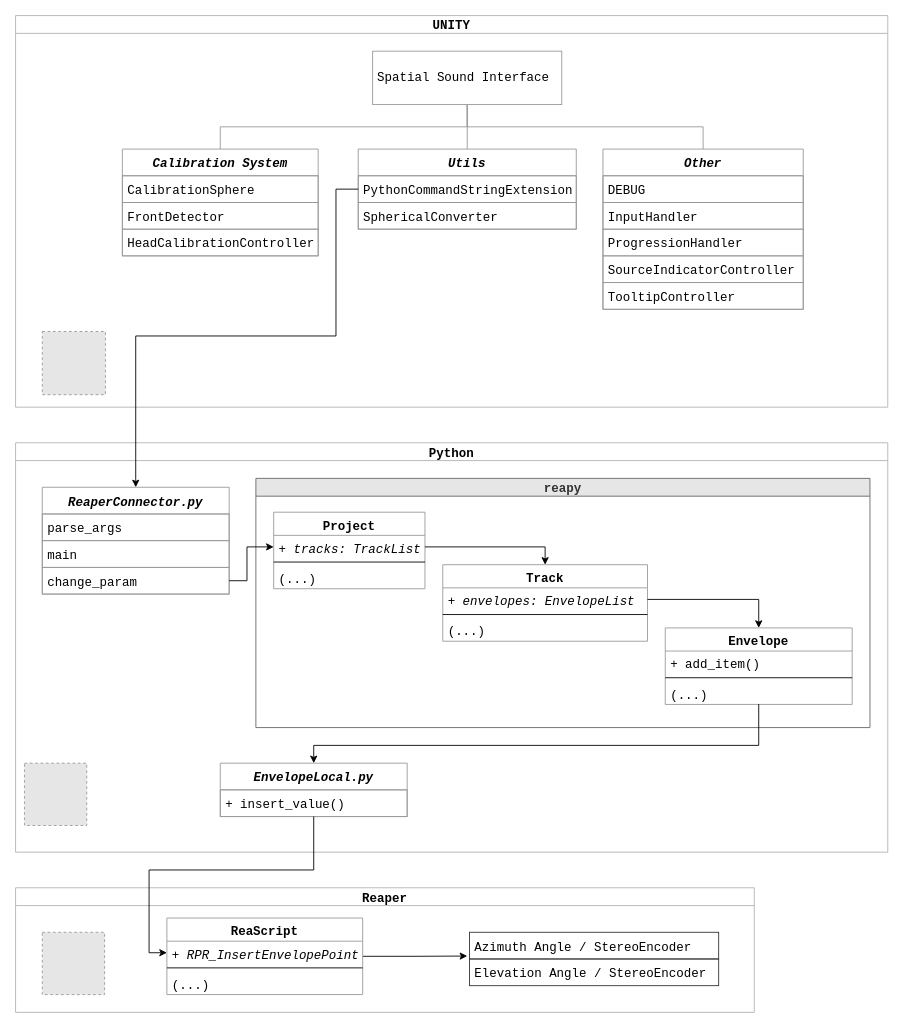
This is Graphs/ReaperPython.drawio from odwrocsie/magisterka, a draw.io file, before an edit. Source tidied: cells renumbered, new cells numbered last; positions are measured from the earlier drawing's top-left corner, leaving out a move shared by most shapes. Both pictures are drawn from the tidied source at 89%, with x=0, y=0 at pixel (15, 15). Pictures stored in the file or linked from it are replaced by grey dashed boxes.
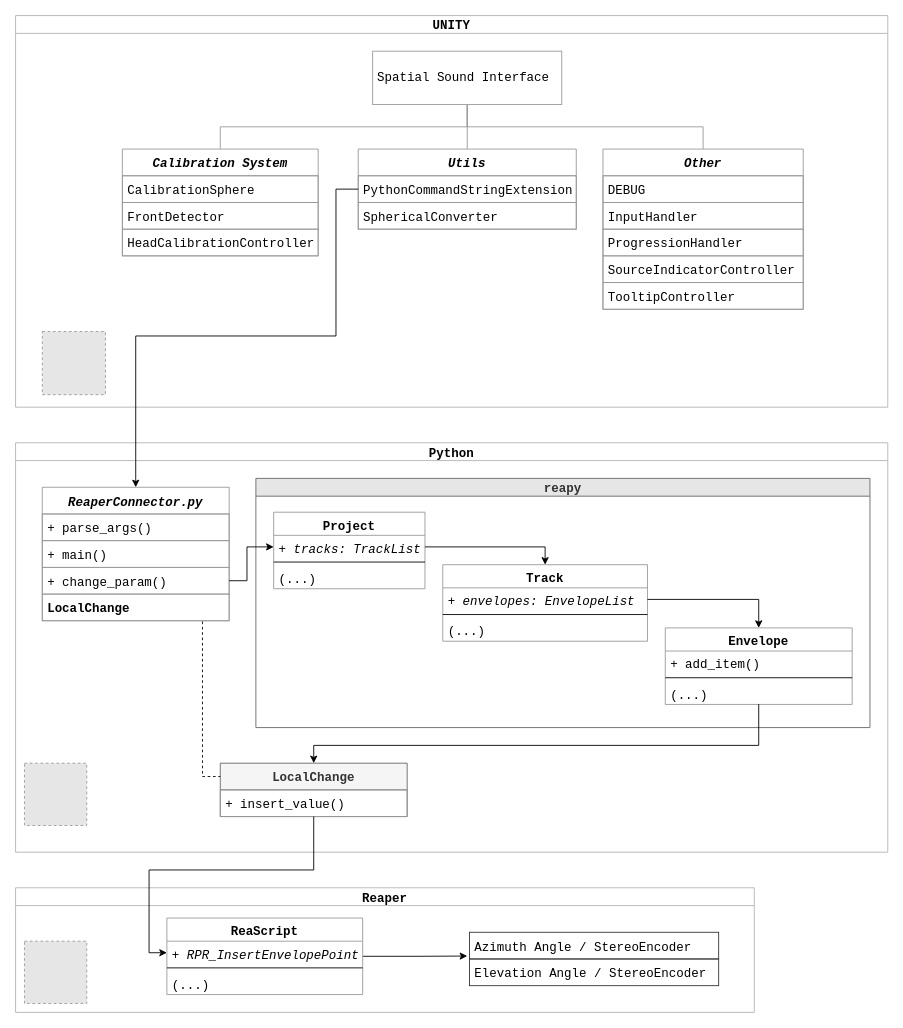
The same diagram, later.

The change refers to these unchanged cells:
```xml
<mxCell id="21" value="Python" style="swimlane;startSize=20;horizontal=1;containerType=tree;newEdgeStyle={&quot;edgeStyle&quot;:&quot;elbowEdgeStyle&quot;,&quot;startArrow&quot;:&quot;none&quot;,&quot;endArrow&quot;:&quot;none&quot;};strokeColor=#B3B3B3;fontFamily=Courier New;fontSize=14;" parent="1" vertex="1">
  <mxGeometry y="480" width="980" height="460" as="geometry" />
</mxCell>
<mxCell id="46" value="Reaper" style="swimlane;startSize=20;horizontal=1;containerType=tree;newEdgeStyle={&quot;edgeStyle&quot;:&quot;elbowEdgeStyle&quot;,&quot;startArrow&quot;:&quot;none&quot;,&quot;endArrow&quot;:&quot;none&quot;};strokeColor=#B3B3B3;fontFamily=Courier New;fontSize=14;" parent="1" vertex="1">
  <mxGeometry y="980" width="830" height="140" as="geometry" />
</mxCell>
<mxCell id="49" value="ReaScript" style="swimlane;fontStyle=1;align=center;verticalAlign=top;horizontal=1;startSize=26;fontFamily=Courier New;fontSize=14;strokeColor=#999999;" parent="46" vertex="1">
  <mxGeometry x="170" y="34" width="220" height="86" as="geometry" />
</mxCell>
```

Diff of the diagram source:
```diff
@@
     <mxCell id="22" value="ReaperConnector.py" style="swimlane;fontStyle=3;horizontal=1;startSize=30;fontFamily=Courier New;strokeColor=#999999;fontSize=14;" parent="21" vertex="1">
-      <mxGeometry x="30" y="50" width="210" height="120" as="geometry" />
+      <mxGeometry x="30" y="50" width="210" height="150" as="geometry" />
     </mxCell>
-    <mxCell id="23" value="parse_args" style="text;strokeColor=#999999;fillColor=none;align=left;verticalAlign=middle;spacingLeft=4;spacingRight=4;overflow=hidden;fontFamily=Courier New;fontSize=14;" parent="22" vertex="1">
+    <mxCell id="23" value="+ parse_args()" style="text;strokeColor=#999999;fillColor=none;align=left;verticalAlign=middle;spacingLeft=4;spacingRight=4;overflow=hidden;fontFamily=Courier New;fontSize=14;" parent="22" vertex="1">
       <mxGeometry y="30" width="210" height="30" as="geometry" />
     </mxCell>
-    <mxCell id="24" value="main" style="text;strokeColor=#999999;fillColor=none;align=left;verticalAlign=middle;spacingLeft=4;spacingRight=4;overflow=hidden;fontFamily=Courier New;fontSize=14;" parent="22" vertex="1">
+    <mxCell id="24" value="+ main()" style="text;strokeColor=#999999;fillColor=none;align=left;verticalAlign=middle;spacingLeft=4;spacingRight=4;overflow=hidden;fontFamily=Courier New;fontSize=14;" parent="22" vertex="1">
       <mxGeometry y="60" width="210" height="30" as="geometry" />
     </mxCell>
-    <mxCell id="25" value="change_param" style="text;strokeColor=#999999;fillColor=none;align=left;verticalAlign=middle;spacingLeft=4;spacingRight=4;overflow=hidden;points=[[0,0.5],[1,0.5]];portConstraint=eastwest;fontFamily=Courier New;fontSize=14;" parent="22" vertex="1">
+    <mxCell id="25" value="+ change_param()" style="text;strokeColor=#999999;fillColor=none;align=left;verticalAlign=middle;spacingLeft=4;spacingRight=4;overflow=hidden;points=[[0,0.5],[1,0.5]];portConstraint=eastwest;fontFamily=Courier New;fontSize=14;" parent="22" vertex="1">
       <mxGeometry y="90" width="210" height="30" as="geometry" />
     </mxCell>
+    <mxCell id="57" value="LocalChange" style="text;strokeColor=#999999;fillColor=none;align=left;verticalAlign=middle;spacingLeft=4;spacingRight=4;overflow=hidden;points=[[0,0.5],[1,0.5]];portConstraint=eastwest;fontFamily=Courier New;fontSize=14;fontStyle=1;" parent="22" vertex="1">
+      <mxGeometry y="120" width="210" height="30" as="geometry" />
+    </mxCell>
@@
-    <mxCell id="43" value="EnvelopeLocal.py" style="swimlane;fontStyle=3;horizontal=1;startSize=30;fontFamily=Courier New;strokeColor=#999999;fontSize=14;" parent="21" vertex="1">
+    <mxCell id="43" value="LocalChange" style="swimlane;fontStyle=1;horizontal=1;startSize=30;fontFamily=Courier New;strokeColor=#666666;fontSize=14;fillColor=#f5f5f5;fontColor=#333333;" parent="21" vertex="1">
       <mxGeometry x="230" y="360" width="210" height="60" as="geometry" />
     </mxCell>
@@
+    <mxCell id="58" style="edgeStyle=orthogonalEdgeStyle;rounded=0;jettySize=auto;html=1;entryX=0;entryY=0.25;entryDx=0;entryDy=0;endArrow=none;endFill=0;exitX=0.857;exitY=1.027;exitDx=0;exitDy=0;exitPerimeter=0;dashed=1;" parent="21" edge="1" source="57" target="43">
+      <mxGeometry relative="1" as="geometry">
+        <Array as="points">
+          <mxPoint x="210" y="375" />
+        </Array>
+      </mxGeometry>
+    </mxCell>
@@
     <mxCell id="47" style="fillColor=#E6E6E6;strokeColor=#999999;dashed=1;verticalLabelPosition=bottom;labelBackgroundColor=default;verticalAlign=top;fontFamily=Courier New;fontSize=14;" parent="46" vertex="1">
-      <mxGeometry x="30" y="50" width="70" height="70" as="geometry" />
+      <mxGeometry x="10" y="60" width="70" height="70" as="geometry" />
     </mxCell>
@@
-    <mxCell id="50" value="+ RPR_InsertEnvelopePoint" style="text;strokeColor=none;fillColor=none;align=left;verticalAlign=top;spacingLeft=4;spacingRight=4;overflow=hidden;points=[[0,0.5],[1,0.5]];portConstraint=eastwest;fontFamily=Courier New;fontSize=14;fontStyle=2;" parent="49" vertex="1">
+    <mxCell id="50" value="+ RPR_InsertEnvelopePoint" style="text;strokeColor=none;fillColor=none;align=left;verticalAlign=top;spacingLeft=4;spacingRight=4;overflow=hidden;points=[[0,0.5],[1,0.5]];portConstraint=eastwest;fontFamily=Courier New;fontSize=14;fontStyle=2;" parent="49" vertex="1">
       <mxGeometry y="26" width="220" height="26" as="geometry" />
     </mxCell>
```
